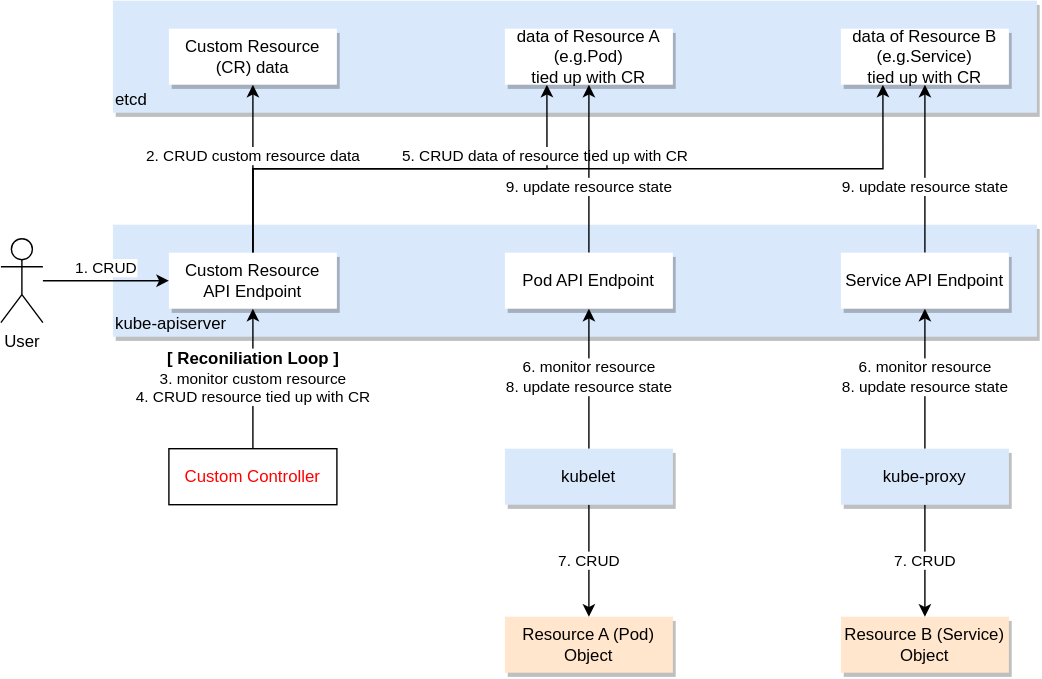
This is Kubernetes/images/custom-controller.drawio.svg from k-makino-jp/sandbox, a draw.io export, as it was before one commit. Source tidied: cells renumbered, new cells last; positions are measured from the earlier drawing's top-left corner, leaving out a move shared by most shapes.
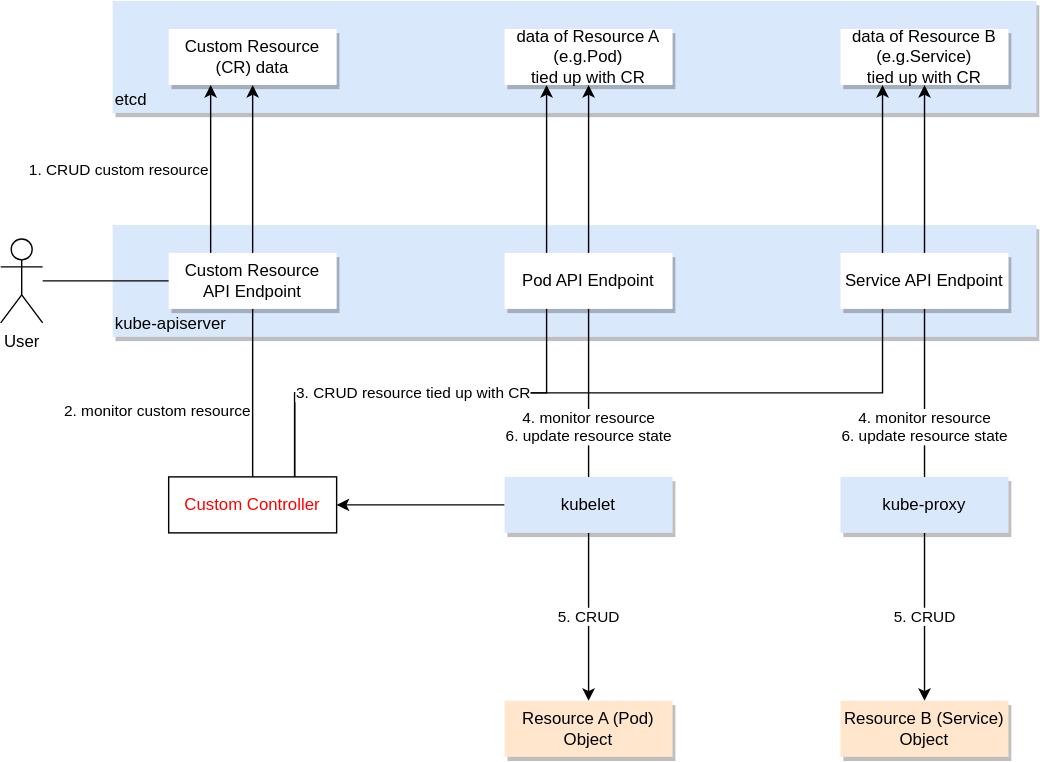
After the change.

The edit, as a diff of the source:
```diff
@@ -8,29 +8,22 @@
     <mxCell id="3" value="kube-apiserver" style="rounded=0;whiteSpace=wrap;html=1;align=left;verticalAlign=bottom;shadow=1;fillColor=#dae8fc;strokeColor=none;" parent="1" vertex="1">
       <mxGeometry x="80" y="160" width="660" height="80" as="geometry" />
     </mxCell>
-    <mxCell id="4" value="2. CRUD custom resource data" style="edgeStyle=orthogonalEdgeStyle;rounded=0;jettySize=auto;html=1;exitX=0.5;exitY=0;exitDx=0;exitDy=0;verticalAlign=bottom;" parent="1" edge="1" source="7" target="12">
-      <mxGeometry relative="1" as="geometry" />
-    </mxCell>
-    <mxCell id="5" value="5. CRUD data of resource tied up with CR" style="edgeStyle=orthogonalEdgeStyle;rounded=0;jettySize=auto;html=1;exitX=0.5;exitY=0;exitDx=0;exitDy=0;entryX=0.25;entryY=1;entryDx=0;entryDy=0;align=left;verticalAlign=bottom;" parent="1" edge="1" source="7" target="13">
-      <mxGeometry relative="1" as="geometry" />
-    </mxCell>
-    <mxCell id="6" style="edgeStyle=orthogonalEdgeStyle;rounded=0;jettySize=auto;html=1;exitX=0.5;exitY=0;exitDx=0;exitDy=0;entryX=0.25;entryY=1;entryDx=0;entryDy=0;align=left;verticalAlign=bottom;" parent="1" edge="1" source="7" target="16">
-      <mxGeometry relative="1" as="geometry" />
-    </mxCell>
-    <mxCell id="7" value="Custom Resource API Endpoint" style="rounded=0;whiteSpace=wrap;html=1;strokeColor=none;shadow=1;" parent="1" vertex="1">
-      <mxGeometry x="120" y="180" width="120" height="40" as="geometry" />
-    </mxCell>
-    <mxCell id="8" value="1. CRUD" style="edgeStyle=orthogonalEdgeStyle;rounded=0;jettySize=auto;html=1;entryX=0;entryY=0.5;entryDx=0;entryDy=0;verticalAlign=bottom;" parent="1" edge="1" source="9" target="7">
-      <mxGeometry relative="1" as="geometry" />
-    </mxCell>
     <mxCell id="9" value="User" style="shape=umlActor;verticalLabelPosition=bottom;verticalAlign=top;html=1;outlineConnect=0;" parent="1" vertex="1">
       <mxGeometry y="170" width="30" height="60" as="geometry" />
     </mxCell>
-    <mxCell id="10" value="&lt;b style=&quot;font-size: 12px&quot;&gt;[ Reconiliation Loop ]&lt;/b&gt;&lt;br&gt;3. monitor custom resource&lt;br&gt;4. CRUD resource tied up with CR" style="edgeStyle=orthogonalEdgeStyle;rounded=0;jettySize=auto;html=1;exitX=0.5;exitY=0;exitDx=0;exitDy=0;entryX=0.5;entryY=1;entryDx=0;entryDy=0;align=center;" parent="1" edge="1" source="11" target="7">
+    <mxCell id="10" value="2. monitor custom resource" style="edgeStyle=orthogonalEdgeStyle;rounded=0;jettySize=auto;html=1;exitX=0.5;exitY=0;exitDx=0;exitDy=0;entryX=0.5;entryY=1;entryDx=0;entryDy=0;align=right;verticalAlign=top;spacingTop=80;" parent="1" edge="1" source="11" target="12">
       <mxGeometry relative="1" as="geometry" />
     </mxCell>
+    <mxCell id="27" style="edgeStyle=orthogonalEdgeStyle;rounded=0;jettySize=auto;html=1;exitX=0.75;exitY=0;exitDx=0;exitDy=0;entryX=0.25;entryY=1;entryDx=0;entryDy=0;align=left;verticalAlign=top;" parent="1" edge="1" source="11" target="16">
+      <mxGeometry relative="1" as="geometry">
+        <Array as="points">
+          <mxPoint x="210" y="280" />
+          <mxPoint x="630" y="280" />
+        </Array>
+      </mxGeometry>
+    </mxCell>
     <mxCell id="11" value="Custom Controller" style="rounded=0;whiteSpace=wrap;html=1;fontColor=#FF0000;" parent="1" vertex="1">
-      <mxGeometry x="120" y="320" width="120" height="40" as="geometry" />
+      <mxGeometry x="120" y="340" width="120" height="40" as="geometry" />
     </mxCell>
     <mxCell id="12" value="Custom Resource&lt;br&gt;(CR) data" style="rounded=0;whiteSpace=wrap;html=1;strokeColor=none;shadow=1;" parent="1" vertex="1">
       <mxGeometry x="120" y="20" width="120" height="40" as="geometry" />
@@ -39,43 +32,56 @@
       <mxGeometry x="360" y="20" width="120" height="40" as="geometry" />
     </mxCell>
     <mxCell id="14" value="Resource A (Pod) Object" style="rounded=0;whiteSpace=wrap;html=1;shadow=1;fillColor=#ffe6cc;strokeColor=none;" parent="1" vertex="1">
-      <mxGeometry x="360" y="440" width="120" height="40" as="geometry" />
+      <mxGeometry x="360" y="500" width="120" height="40" as="geometry" />
     </mxCell>
     <mxCell id="15" value="Resource B (Service) Object" style="rounded=0;whiteSpace=wrap;html=1;shadow=1;fillColor=#ffe6cc;strokeColor=none;" parent="1" vertex="1">
-      <mxGeometry x="600" y="440" width="120" height="40" as="geometry" />
+      <mxGeometry x="600" y="500" width="120" height="40" as="geometry" />
     </mxCell>
     <mxCell id="16" value="data of Resource B (e.g.Service)&lt;br&gt;tied up with CR" style="rounded=0;whiteSpace=wrap;html=1;strokeColor=none;shadow=1;" parent="1" vertex="1">
       <mxGeometry x="600" y="20" width="120" height="40" as="geometry" />
     </mxCell>
-    <mxCell id="17" value="6. monitor resource&lt;br&gt;8. update resource state&lt;br&gt;" style="edgeStyle=orthogonalEdgeStyle;rounded=0;jettySize=auto;html=1;exitX=0.5;exitY=0;exitDx=0;exitDy=0;entryX=0.5;entryY=1;entryDx=0;entryDy=0;align=center;verticalAlign=middle;" parent="1" edge="1" source="19" target="24">
-      <mxGeometry relative="1" as="geometry" />
-    </mxCell>
-    <mxCell id="18" value="7. CRUD" style="edgeStyle=orthogonalEdgeStyle;rounded=0;jettySize=auto;html=1;exitX=0.5;exitY=1;exitDx=0;exitDy=0;entryX=0.5;entryY=0;entryDx=0;entryDy=0;align=center;verticalAlign=middle;" parent="1" edge="1" source="19" target="14">
+    <mxCell id="18" value="5. CRUD" style="edgeStyle=orthogonalEdgeStyle;rounded=0;jettySize=auto;html=1;exitX=0.5;exitY=1;exitDx=0;exitDy=0;entryX=0.5;entryY=0;entryDx=0;entryDy=0;align=center;verticalAlign=middle;" parent="1" edge="1" source="19" target="14">
       <mxGeometry relative="1" as="geometry" />
     </mxCell>
+    <mxCell id="28" style="edgeStyle=orthogonalEdgeStyle;rounded=0;jettySize=auto;html=1;align=right;verticalAlign=middle;" parent="1" edge="1" source="19" target="11">
+      <mxGeometry relative="1" as="geometry" />
+    </mxCell>
     <mxCell id="19" value="kubelet" style="rounded=0;whiteSpace=wrap;html=1;fillColor=#dae8fc;shadow=1;strokeColor=none;" parent="1" vertex="1">
-      <mxGeometry x="360" y="320" width="120" height="40" as="geometry" />
+      <mxGeometry x="360" y="340" width="120" height="40" as="geometry" />
     </mxCell>
-    <mxCell id="20" value="7. CRUD" style="edgeStyle=orthogonalEdgeStyle;rounded=0;jettySize=auto;html=1;exitX=0.5;exitY=1;exitDx=0;exitDy=0;entryX=0.5;entryY=0;entryDx=0;entryDy=0;align=center;verticalAlign=middle;" parent="1" edge="1" source="22" target="15">
+    <mxCell id="20" value="5. CRUD" style="edgeStyle=orthogonalEdgeStyle;rounded=0;jettySize=auto;html=1;exitX=0.5;exitY=1;exitDx=0;exitDy=0;entryX=0.5;entryY=0;entryDx=0;entryDy=0;align=center;verticalAlign=middle;" parent="1" edge="1" source="22" target="15">
       <mxGeometry relative="1" as="geometry" />
     </mxCell>
+    <mxCell id="22" value="kube-proxy" style="rounded=0;whiteSpace=wrap;html=1;fillColor=#dae8fc;shadow=1;strokeColor=none;" parent="1" vertex="1">
+      <mxGeometry x="600" y="340" width="120" height="40" as="geometry" />
+    </mxCell>
+    <mxCell id="29" value="3. CRUD resource tied up with CR" style="edgeStyle=orthogonalEdgeStyle;rounded=0;jettySize=auto;html=1;exitX=0.75;exitY=0;exitDx=0;exitDy=0;entryX=0.25;entryY=1;entryDx=0;entryDy=0;verticalAlign=middle;align=right;" parent="1" edge="1" source="11" target="13">
+      <mxGeometry relative="1" as="geometry">
+        <Array as="points">
+          <mxPoint x="210" y="280" />
+          <mxPoint x="390" y="280" />
+        </Array>
+      </mxGeometry>
+    </mxCell>
-    <mxCell id="21" value="6. monitor resource&lt;br&gt;8. update resource state" style="edgeStyle=orthogonalEdgeStyle;rounded=0;jettySize=auto;html=1;exitX=0.5;exitY=0;exitDx=0;exitDy=0;entryX=0.5;entryY=1;entryDx=0;entryDy=0;align=center;verticalAlign=middle;" parent="1" edge="1" source="22" target="26">
+    <mxCell id="21" value="4. monitor resource&lt;br&gt;6. update resource state" style="edgeStyle=orthogonalEdgeStyle;rounded=0;jettySize=auto;html=1;exitX=0.5;exitY=0;exitDx=0;exitDy=0;entryX=0.5;entryY=1;entryDx=0;entryDy=0;align=center;verticalAlign=top;spacingTop=85;" parent="1" edge="1" source="22" target="16">
       <mxGeometry relative="1" as="geometry" />
     </mxCell>
-    <mxCell id="22" value="kube-proxy" style="rounded=0;whiteSpace=wrap;html=1;fillColor=#dae8fc;shadow=1;strokeColor=none;" parent="1" vertex="1">
-      <mxGeometry x="600" y="320" width="120" height="40" as="geometry" />
-    </mxCell>
-    <mxCell id="23" value="9. update resource state" style="edgeStyle=orthogonalEdgeStyle;rounded=0;jettySize=auto;html=1;exitX=0.5;exitY=0;exitDx=0;exitDy=0;entryX=0.5;entryY=1;entryDx=0;entryDy=0;verticalAlign=top;" parent="1" edge="1" source="24" target="13">
-      <mxGeometry relative="1" as="geometry" />
-    </mxCell>
+    <mxCell id="17" value="4. monitor resource&lt;br&gt;6. update resource state" style="edgeStyle=orthogonalEdgeStyle;rounded=0;jettySize=auto;html=1;exitX=0.5;exitY=0;exitDx=0;exitDy=0;align=center;verticalAlign=top;spacingTop=85;" parent="1" edge="1" source="19">
+      <mxGeometry relative="1" as="geometry">
+        <mxPoint x="420" y="60" as="targetPoint" />
+      </mxGeometry>
+    </mxCell>
     <mxCell id="24" value="Pod API Endpoint" style="rounded=0;whiteSpace=wrap;html=1;strokeColor=none;shadow=1;" parent="1" vertex="1">
       <mxGeometry x="360" y="180" width="120" height="40" as="geometry" />
     </mxCell>
-    <mxCell id="25" value="9. update resource state" style="edgeStyle=orthogonalEdgeStyle;rounded=0;jettySize=auto;html=1;exitX=0.5;exitY=0;exitDx=0;exitDy=0;entryX=0.5;entryY=1;entryDx=0;entryDy=0;verticalAlign=top;" parent="1" edge="1" source="26" target="16">
-      <mxGeometry relative="1" as="geometry" />
-    </mxCell>
     <mxCell id="26" value="Service API Endpoint" style="rounded=0;whiteSpace=wrap;html=1;strokeColor=none;shadow=1;" parent="1" vertex="1">
       <mxGeometry x="600" y="180" width="120" height="40" as="geometry" />
     </mxCell>
+    <mxCell id="8" value="1. CRUD custom resource" style="edgeStyle=orthogonalEdgeStyle;rounded=0;jettySize=auto;html=1;entryX=0.25;entryY=1;entryDx=0;entryDy=0;verticalAlign=bottom;spacingBottom=60;align=right;" parent="1" edge="1" source="9" target="12">
+      <mxGeometry relative="1" as="geometry" />
+    </mxCell>
+    <mxCell id="7" value="Custom Resource API Endpoint" style="rounded=0;whiteSpace=wrap;html=1;strokeColor=none;shadow=1;" parent="1" vertex="1">
+      <mxGeometry x="120" y="180" width="120" height="40" as="geometry" />
+    </mxCell>
   </root>
 </mxGraphModel>
```
